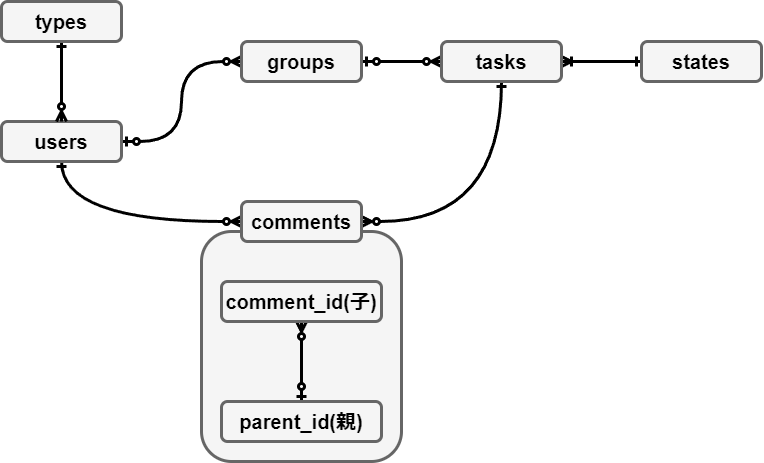
takaaaa-jun/check_annotator keeps this draw.io diagram as docs/仕様書/images/table_ER_diagram.png. Above is the earlier version. Source tidied: cells renumbered, new cells last; positions are measured from the earlier drawing's top-left corner, leaving out a move shared by most shapes.
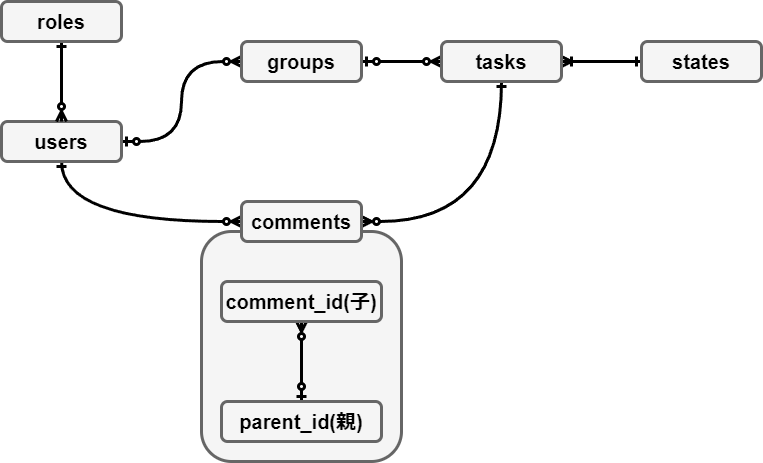
The same file after the commit.

What changed in the source:
```diff
@@ -17,7 +17,7 @@
     <mxCell id="6" style="edgeStyle=orthogonalEdgeStyle;rounded=0;jettySize=auto;html=1;exitX=0.5;exitY=1;exitDx=0;exitDy=0;entryX=0.5;entryY=0;entryDx=0;entryDy=0;strokeWidth=3;endArrow=ERzeroToMany;endFill=0;startArrow=ERone;startFill=0;" parent="1" edge="1" source="7" target="5">
       <mxGeometry relative="1" as="geometry" />
     </mxCell>
-    <mxCell id="7" value="types" style="rounded=1;whiteSpace=wrap;html=1;strokeWidth=3;strokeColor=#666666;fillColor=#F5F5F5;fontSize=20;fontStyle=1;" parent="1" vertex="1">
+    <mxCell id="7" value="roles" style="rounded=1;whiteSpace=wrap;html=1;strokeWidth=3;strokeColor=#666666;fillColor=#F5F5F5;fontSize=20;fontStyle=1;" parent="1" vertex="1">
       <mxGeometry width="120" height="40" as="geometry" />
     </mxCell>
     <mxCell id="8" style="edgeStyle=orthogonalEdgeStyle;rounded=0;jettySize=auto;html=1;exitX=1;exitY=0.5;exitDx=0;exitDy=0;curved=1;endArrow=ERzeroToMany;endFill=0;strokeWidth=3;startArrow=ERzeroToOne;startFill=0;" parent="1" edge="1" source="9" target="14">
```
